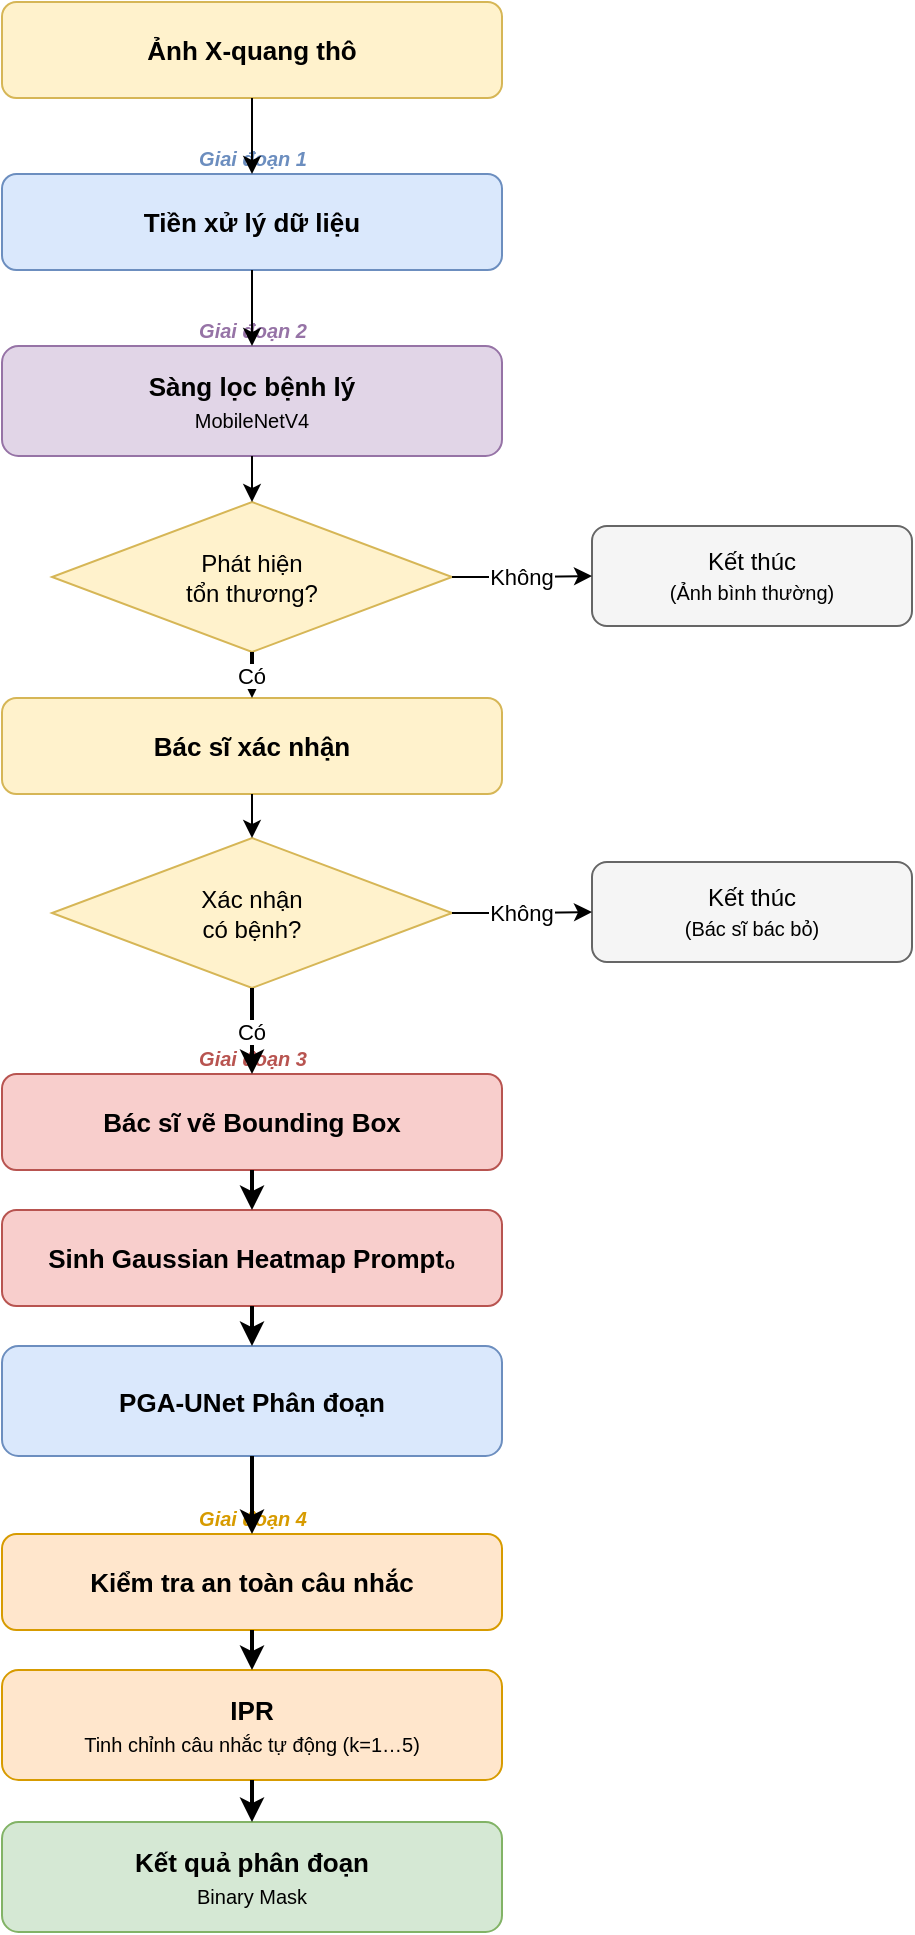
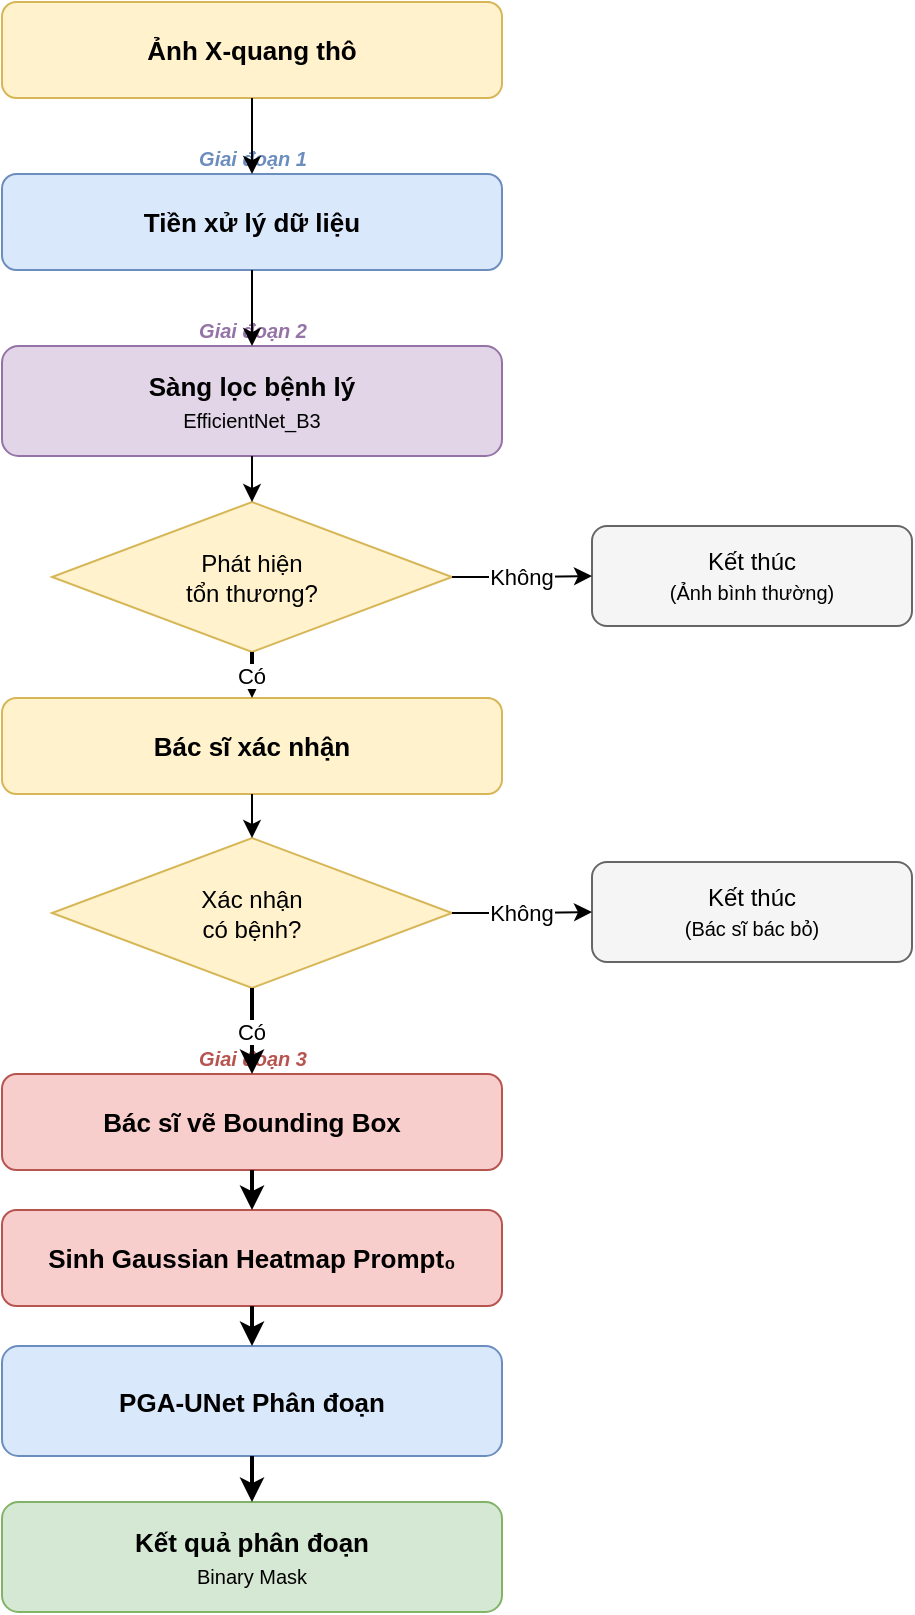
<mxfile host="65bd71144e">
    <diagram name="System Architecture" id="system_architecture">
        <mxGraphModel dx="1042" dy="124" grid="1" gridSize="10" guides="1" tooltips="1" connect="1" arrows="1" fold="1" page="1" pageScale="1" pageWidth="800" pageHeight="1100" math="0" shadow="0">
            <root>
                <mxCell id="0"/>
                <mxCell id="1" parent="0"/>

                <!-- INPUT -->
                <mxCell id="in" value="&lt;b&gt;Ảnh X-quang thô&lt;/b&gt;" style="rounded=1;whiteSpace=wrap;html=1;fillColor=#fff2cc;strokeColor=#d6b656;fontSize=13;" parent="1" vertex="1">
                    <mxGeometry x="275" y="20" width="250" height="48" as="geometry"/>
                </mxCell>

                <!-- STAGE 1 -->
                <mxCell id="s1_lbl" value="Giai đoạn 1" style="text;html=1;strokeColor=none;fillColor=none;align=center;fontSize=10;fontStyle=3;fontColor=#6c8ebf;" parent="1" vertex="1">
                    <mxGeometry x="275" y="86" width="250" height="16" as="geometry"/>
                </mxCell>
                <mxCell id="s1" value="&lt;b&gt;Tiền xử lý dữ liệu&lt;/b&gt;" style="rounded=1;whiteSpace=wrap;html=1;fillColor=#dae8fc;strokeColor=#6c8ebf;fontSize=13;" parent="1" vertex="1">
                    <mxGeometry x="275" y="106" width="250" height="48" as="geometry"/>
                </mxCell>

                <!-- STAGE 2 -->
                <mxCell id="s2_lbl" value="Giai đoạn 2" style="text;html=1;strokeColor=none;fillColor=none;align=center;fontSize=10;fontStyle=3;fontColor=#9673a6;" parent="1" vertex="1">
                    <mxGeometry x="275" y="172" width="250" height="16" as="geometry"/>
                </mxCell>
-                 <mxCell id="s2" value="&lt;b&gt;Sàng lọc bệnh lý&lt;/b&gt;&lt;br&gt;&lt;font style=&quot;font-size:10px;&quot;&gt;MobileNetV4&lt;/font&gt;" style="rounded=1;whiteSpace=wrap;html=1;fillColor=#e1d5e7;strokeColor=#9673a6;fontSize=13;" parent="1" vertex="1">
+                 <mxCell id="s2" value="&lt;b&gt;Sàng lọc bệnh lý&lt;/b&gt;&lt;br&gt;&lt;font style=&quot;font-size:10px;&quot;&gt;EfficientNet_B3&lt;/font&gt;" style="rounded=1;whiteSpace=wrap;html=1;fillColor=#e1d5e7;strokeColor=#9673a6;fontSize=13;" parent="1" vertex="1">
                    <mxGeometry x="275" y="192" width="250" height="55" as="geometry"/>
                </mxCell>

                <!-- DECISION 1 -->
                <mxCell id="dec1" value="Phát hiện&lt;br&gt;tổn thương?" style="rhombus;whiteSpace=wrap;html=1;fillColor=#fff2cc;strokeColor=#d6b656;fontSize=12;" parent="1" vertex="1">
                    <mxGeometry x="300" y="270" width="200" height="75" as="geometry"/>
                </mxCell>

                <!-- NO branch 1 -->
                <mxCell id="no1" value="Kết thúc&lt;br&gt;&lt;font style=&quot;font-size:10px;&quot;&gt;(Ảnh bình thường)&lt;/font&gt;" style="rounded=1;whiteSpace=wrap;html=1;fillColor=#f5f5f5;strokeColor=#666666;fontSize=12;" parent="1" vertex="1">
                    <mxGeometry x="570" y="282" width="160" height="50" as="geometry"/>
                </mxCell>

                <!-- NOTIFICATION + DOCTOR CONFIRM -->
                <mxCell id="notif" value="&lt;b&gt;Bác sĩ xác nhận&lt;/b&gt;" style="rounded=1;whiteSpace=wrap;html=1;fillColor=#fff2cc;strokeColor=#d6b656;fontSize=13;" parent="1" vertex="1">
                    <mxGeometry x="275" y="368" width="250" height="48" as="geometry"/>
                </mxCell>

                <!-- DECISION 2 -->
                <mxCell id="dec2" value="Xác nhận&lt;br&gt;có bệnh?" style="rhombus;whiteSpace=wrap;html=1;fillColor=#fff2cc;strokeColor=#d6b656;fontSize=12;" parent="1" vertex="1">
                    <mxGeometry x="300" y="438" width="200" height="75" as="geometry"/>
                </mxCell>

                <!-- NO branch 2 -->
                <mxCell id="no2" value="Kết thúc&lt;br&gt;&lt;font style=&quot;font-size:10px;&quot;&gt;(Bác sĩ bác bỏ)&lt;/font&gt;" style="rounded=1;whiteSpace=wrap;html=1;fillColor=#f5f5f5;strokeColor=#666666;fontSize=12;" parent="1" vertex="1">
                    <mxGeometry x="570" y="450" width="160" height="50" as="geometry"/>
                </mxCell>

                <!-- STAGE 3 -->
                <mxCell id="s3_lbl" value="Giai đoạn 3" style="text;html=1;strokeColor=none;fillColor=none;align=center;fontSize=10;fontStyle=3;fontColor=#b85450;" parent="1" vertex="1">
                    <mxGeometry x="275" y="536" width="250" height="16" as="geometry"/>
                </mxCell>
                <mxCell id="s3a" value="&lt;b&gt;Bác sĩ vẽ Bounding Box&lt;/b&gt;" style="rounded=1;whiteSpace=wrap;html=1;fillColor=#f8cecc;strokeColor=#b85450;fontSize=13;" parent="1" vertex="1">
                    <mxGeometry x="275" y="556" width="250" height="48" as="geometry"/>
                </mxCell>
                <mxCell id="s3b" value="&lt;b&gt;Sinh Gaussian Heatmap Prompt₀&lt;/b&gt;" style="rounded=1;whiteSpace=wrap;html=1;fillColor=#f8cecc;strokeColor=#b85450;fontSize=13;" parent="1" vertex="1">
                    <mxGeometry x="275" y="624" width="250" height="48" as="geometry"/>
                </mxCell>
                <mxCell id="s3c" value="&lt;b&gt;PGA-UNet Phân đoạn&lt;/b&gt;" style="rounded=1;whiteSpace=wrap;html=1;fillColor=#dae8fc;strokeColor=#6c8ebf;fontSize=13;" parent="1" vertex="1">
                    <mxGeometry x="275" y="692" width="250" height="55" as="geometry"/>
                </mxCell>

-                 <!-- STAGE 4 -->
-                 <mxCell id="s4_lbl" value="Giai đoạn 4" style="text;html=1;strokeColor=none;fillColor=none;align=center;fontSize=10;fontStyle=3;fontColor=#d79b00;" parent="1" vertex="1">
-                     <mxGeometry x="275" y="766" width="250" height="16" as="geometry"/>
-                 </mxCell>
-                 <mxCell id="s4a" value="&lt;b&gt;Kiểm tra an toàn câu nhắc&lt;/b&gt;" style="rounded=1;whiteSpace=wrap;html=1;fillColor=#ffe6cc;strokeColor=#d79b00;fontSize=13;" parent="1" vertex="1">
-                     <mxGeometry x="275" y="786" width="250" height="48" as="geometry"/>
-                 </mxCell>
-                 <mxCell id="s4b" value="&lt;b&gt;IPR&lt;/b&gt;&lt;br&gt;&lt;font style=&quot;font-size:10px;&quot;&gt;Tinh chỉnh câu nhắc tự động (k=1…5)&lt;/font&gt;" style="rounded=1;whiteSpace=wrap;html=1;fillColor=#ffe6cc;strokeColor=#d79b00;fontSize=13;" parent="1" vertex="1">
-                     <mxGeometry x="275" y="854" width="250" height="55" as="geometry"/>
-                 </mxCell>
- 
                <!-- OUTPUT -->
                <mxCell id="out" value="&lt;b&gt;Kết quả phân đoạn&lt;/b&gt;&lt;br&gt;&lt;font style=&quot;font-size:10px;&quot;&gt;Binary Mask&lt;/font&gt;" style="rounded=1;whiteSpace=wrap;html=1;fillColor=#d5e8d4;strokeColor=#82b366;fontSize=13;" parent="1" vertex="1">
-                     <mxGeometry x="275" y="930" width="250" height="55" as="geometry"/>
+                     <mxGeometry x="275" y="770" width="250" height="55" as="geometry"/>
                </mxCell>

                <!-- ARROWS -->
                <mxCell id="e1"  value="" style="edgeStyle=orthogonalEdgeStyle;" parent="1" source="in"    target="s1"    edge="1"><mxGeometry relative="1" as="geometry"/></mxCell>
                <mxCell id="e2"  value="" style="edgeStyle=orthogonalEdgeStyle;" parent="1" source="s1"    target="s2"    edge="1"><mxGeometry relative="1" as="geometry"/></mxCell>
                <mxCell id="e3"  value="" style="edgeStyle=orthogonalEdgeStyle;" parent="1" source="s2"    target="dec1"  edge="1"><mxGeometry relative="1" as="geometry"/></mxCell>
                <mxCell id="e4"  value="Không" style="edgeStyle=orthogonalEdgeStyle;fontSize=11;" parent="1" source="dec1" target="no1"  edge="1"><mxGeometry relative="1" as="geometry"/></mxCell>
                <mxCell id="e5"  value="Có" style="edgeStyle=orthogonalEdgeStyle;strokeWidth=2;fontSize=11;" parent="1" source="dec1" target="notif" edge="1"><mxGeometry relative="1" as="geometry"/></mxCell>
                <mxCell id="e6"  value="" style="edgeStyle=orthogonalEdgeStyle;" parent="1" source="notif" target="dec2"  edge="1"><mxGeometry relative="1" as="geometry"/></mxCell>
                <mxCell id="e7"  value="Không" style="edgeStyle=orthogonalEdgeStyle;fontSize=11;" parent="1" source="dec2" target="no2"  edge="1"><mxGeometry relative="1" as="geometry"/></mxCell>
                <mxCell id="e8"  value="Có" style="edgeStyle=orthogonalEdgeStyle;strokeWidth=2;fontSize=11;" parent="1" source="dec2" target="s3a"  edge="1"><mxGeometry relative="1" as="geometry"/></mxCell>
                <mxCell id="e9"  value="" style="edgeStyle=orthogonalEdgeStyle;strokeWidth=2;" parent="1" source="s3a"   target="s3b"   edge="1"><mxGeometry relative="1" as="geometry"/></mxCell>
                <mxCell id="e10" value="" style="edgeStyle=orthogonalEdgeStyle;strokeWidth=2;" parent="1" source="s3b"   target="s3c"   edge="1"><mxGeometry relative="1" as="geometry"/></mxCell>
-                 <mxCell id="e11" value="" style="edgeStyle=orthogonalEdgeStyle;strokeWidth=2;" parent="1" source="s3c"   target="s4a"   edge="1"><mxGeometry relative="1" as="geometry"/></mxCell>
-                 <mxCell id="e12" value="" style="edgeStyle=orthogonalEdgeStyle;strokeWidth=2;" parent="1" source="s4a"   target="s4b"   edge="1"><mxGeometry relative="1" as="geometry"/></mxCell>
-                 <mxCell id="e13" value="" style="edgeStyle=orthogonalEdgeStyle;strokeWidth=2;" parent="1" source="s4b"   target="out"   edge="1"><mxGeometry relative="1" as="geometry"/></mxCell>
+                 <mxCell id="e11" value="" style="edgeStyle=orthogonalEdgeStyle;strokeWidth=2;" parent="1" source="s3c"   target="out"   edge="1"><mxGeometry relative="1" as="geometry"/></mxCell>

            </root>
        </mxGraphModel>
    </diagram>
</mxfile>
